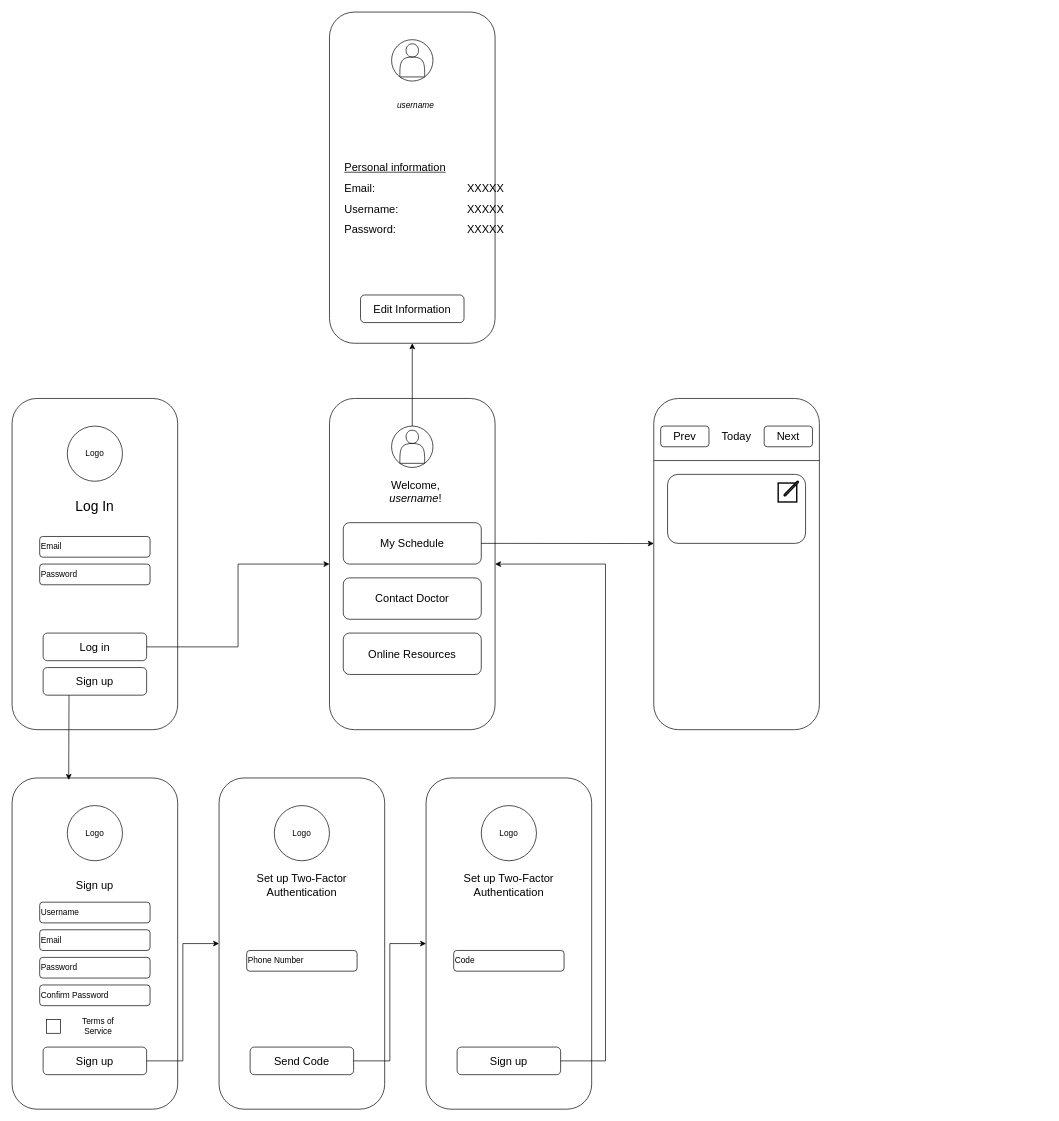
This is Mini_WF.drawio from critschris/UI-Class, a draw.io file, before an edit. Source tidied: cells renumbered, new cells numbered last; positions are measured from the earlier drawing's top-left corner, leaving out a move shared by most shapes. Both pictures are drawn from the tidied source at 69%, with x=0, y=0 at pixel (12, 12).
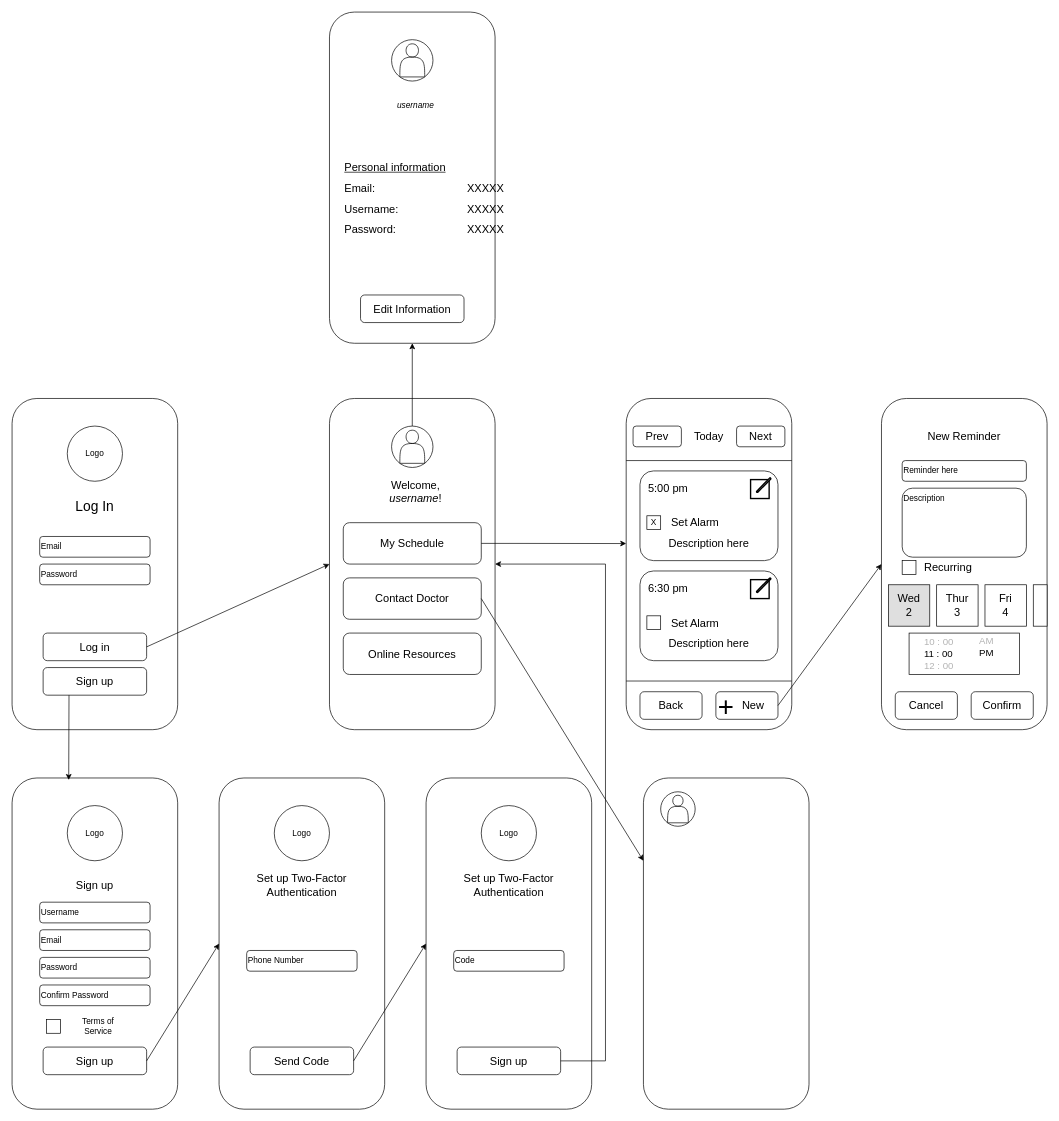
The same diagram, later.

The change refers to these unchanged cells:
```xml
<mxCell id="7" value="&lt;font style=&quot;font-size: 16px;&quot;&gt;Log in&lt;/font&gt;" style="rounded=1;whiteSpace=wrap;html=1;" parent="1" vertex="1">
  <mxGeometry x="45" y="900" width="150" height="40" as="geometry" />
</mxCell>
<mxCell id="14" value="&lt;font style=&quot;font-size: 16px;&quot;&gt;Sign up&lt;/font&gt;" style="rounded=1;whiteSpace=wrap;html=1;" parent="1" vertex="1">
  <mxGeometry x="45" y="1500" width="150" height="40" as="geometry" />
</mxCell>
<mxCell id="20" style="rounded=1;whiteSpace=wrap;html=1;" parent="1" vertex="1">
  <mxGeometry x="300" y="1110" width="240" height="480" as="geometry" />
</mxCell>
<mxCell id="23" value="&lt;span style=&quot;font-size: 16px;&quot;&gt;Send Code&lt;/span&gt;" style="rounded=1;whiteSpace=wrap;html=1;" parent="1" vertex="1">
  <mxGeometry x="345" y="1500" width="150" height="40" as="geometry" />
</mxCell>
<mxCell id="26" style="rounded=1;whiteSpace=wrap;html=1;" parent="1" vertex="1">
  <mxGeometry x="600" y="1110" width="240" height="480" as="geometry" />
</mxCell>
<mxCell id="32" style="rounded=1;whiteSpace=wrap;html=1;" parent="1" vertex="1">
  <mxGeometry x="460" y="560" width="240" height="480" as="geometry" />
</mxCell>
<mxCell id="40" value="&lt;span style=&quot;font-size: 16px;&quot;&gt;Contact Doctor&lt;/span&gt;" style="rounded=1;whiteSpace=wrap;html=1;" parent="1" vertex="1">
  <mxGeometry x="480" y="820" width="200" height="60" as="geometry" />
</mxCell>
```

What changed in the source:
```diff
@@
-    <mxCell id="25" style="endArrow=classic;html=1;rounded=0;exitX=1;exitY=0.5;exitDx=0;exitDy=0;entryX=0;entryY=0.5;entryDx=0;entryDy=0;edgeStyle=orthogonalEdgeStyle;" parent="1" edge="1" source="14" target="20">
+    <mxCell id="25" style="endArrow=classic;html=1;rounded=0;exitX=1;exitY=0.5;exitDx=0;exitDy=0;entryX=0;entryY=0.5;entryDx=0;entryDy=0;" parent="1" edge="1" source="14" target="20">
       <mxGeometry relative="1" as="geometry" />
     </mxCell>
@@
-    <mxCell id="31" style="endArrow=classic;html=1;rounded=0;exitX=1;exitY=0.5;exitDx=0;exitDy=0;entryX=0;entryY=0.5;entryDx=0;entryDy=0;edgeStyle=orthogonalEdgeStyle;" parent="1" edge="1" source="23" target="26">
+    <mxCell id="31" style="endArrow=classic;html=1;rounded=0;exitX=1;exitY=0.5;exitDx=0;exitDy=0;entryX=0;entryY=0.5;entryDx=0;entryDy=0;" parent="1" edge="1" source="23" target="26">
       <mxGeometry relative="1" as="geometry" />
     </mxCell>
@@
-    <mxCell id="33" style="endArrow=classic;html=1;rounded=0;exitX=1;exitY=0.5;exitDx=0;exitDy=0;entryX=0;entryY=0.5;entryDx=0;entryDy=0;edgeStyle=orthogonalEdgeStyle;" parent="1" edge="1" source="7" target="32">
+    <mxCell id="33" style="endArrow=classic;html=1;rounded=0;exitX=1;exitY=0.5;exitDx=0;exitDy=0;entryX=0;entryY=0.5;entryDx=0;entryDy=0;" parent="1" edge="1" source="7" target="32">
       <mxGeometry relative="1" as="geometry" />
     </mxCell>
@@
     <mxCell id="53" style="rounded=1;whiteSpace=wrap;html=1;" parent="1" vertex="1">
-      <mxGeometry x="930" y="560" width="240" height="480" as="geometry" />
+      <mxGeometry x="890" y="560" width="240" height="480" as="geometry" />
     </mxCell>
@@
     <mxCell id="55" value="&lt;font style=&quot;font-size: 16px;&quot;&gt;Today&lt;/font&gt;" style="text;html=1;whiteSpace=wrap;strokeColor=none;fillColor=none;align=center;verticalAlign=middle;rounded=0;" parent="1" vertex="1">
-      <mxGeometry x="1020" y="600" width="60" height="30" as="geometry" />
+      <mxGeometry x="980" y="600" width="60" height="30" as="geometry" />
     </mxCell>
     <mxCell id="56" value="&lt;span style=&quot;font-size: 16px;&quot;&gt;Next&lt;/span&gt;" style="rounded=1;whiteSpace=wrap;html=1;" parent="1" vertex="1">
-      <mxGeometry x="1090" y="600" width="70" height="30" as="geometry" />
+      <mxGeometry x="1050" y="600" width="70" height="30" as="geometry" />
     </mxCell>
     <mxCell id="57" value="&lt;span style=&quot;font-size: 16px;&quot;&gt;Prev&lt;/span&gt;" style="rounded=1;whiteSpace=wrap;html=1;" parent="1" vertex="1">
-      <mxGeometry x="940" y="600" width="70" height="30" as="geometry" />
+      <mxGeometry x="900" y="600" width="70" height="30" as="geometry" />
     </mxCell>
     <mxCell id="58" style="endArrow=none;html=1;rounded=0;" parent="1" edge="1">
       <mxGeometry relative="1" as="geometry">
-        <mxPoint x="930" y="650" as="sourcePoint" />
-        <mxPoint x="1170" y="650" as="targetPoint" />
+        <mxPoint x="890" y="650" as="sourcePoint" />
+        <mxPoint x="1130" y="650" as="targetPoint" />
       </mxGeometry>
     </mxCell>
     <mxCell id="59" style="group;" parent="1" vertex="1">
-      <mxGeometry x="950" y="670" width="200" height="100" as="geometry" />
+      <mxGeometry x="910" y="665" width="200" height="130" as="geometry" />
     </mxCell>
     <mxCell id="60" style="rounded=1;whiteSpace=wrap;html=1;" parent="59" vertex="1">
-      <mxGeometry width="200" height="100" as="geometry" />
+      <mxGeometry width="200" height="130" as="geometry" />
     </mxCell>
@@
+    <mxCell id="62" value="&lt;font style=&quot;font-size: 16px;&quot;&gt;5:00 pm&lt;/font&gt;" style="text;html=1;whiteSpace=wrap;strokeColor=none;fillColor=none;align=left;verticalAlign=middle;rounded=0;" parent="59" vertex="1">
+      <mxGeometry x="10" y="10" width="60" height="30" as="geometry" />
+    </mxCell>
+    <mxCell id="63" style="rounded=0;whiteSpace=wrap;html=1;" parent="59" vertex="1">
+      <mxGeometry x="10" y="65" width="20" height="20" as="geometry" />
+    </mxCell>
+    <mxCell id="64" value="&lt;font style=&quot;font-size: 16px;&quot;&gt;Set Alarm&lt;/font&gt;" style="text;html=1;whiteSpace=wrap;strokeColor=none;fillColor=none;align=center;verticalAlign=middle;rounded=0;" parent="59" vertex="1">
+      <mxGeometry x="40" y="60" width="80" height="30" as="geometry" />
+    </mxCell>
+    <mxCell id="65" value="X" style="text;html=1;whiteSpace=wrap;strokeColor=none;fillColor=none;align=center;verticalAlign=middle;rounded=0;" parent="59" vertex="1">
+      <mxGeometry x="-10" y="60" width="60" height="30" as="geometry" />
+    </mxCell>
+    <mxCell id="66" value="&lt;font style=&quot;font-size: 16px;&quot;&gt;Description here&lt;/font&gt;" style="text;html=1;whiteSpace=wrap;strokeColor=none;fillColor=none;align=center;verticalAlign=middle;rounded=0;" parent="59" vertex="1">
+      <mxGeometry x="40.3" y="90" width="120" height="30" as="geometry" />
+    </mxCell>
+    <mxCell id="67" style="endArrow=none;html=1;rounded=0;" parent="1" edge="1">
+      <mxGeometry relative="1" as="geometry">
+        <mxPoint x="890" y="969.5" as="sourcePoint" />
+        <mxPoint x="1130" y="969.5" as="targetPoint" />
+      </mxGeometry>
+    </mxCell>
+    <mxCell id="68" value="&lt;span style=&quot;font-size: 16px;&quot;&gt;New&amp;nbsp; &amp;nbsp;&amp;nbsp;&lt;/span&gt;" style="rounded=1;whiteSpace=wrap;html=1;align=right;" parent="1" vertex="1">
+      <mxGeometry x="1020" y="985" width="90" height="40" as="geometry" />
+    </mxCell>
+    <mxCell id="69" value="&lt;span&gt;+&lt;/span&gt;" style="text;html=1;whiteSpace=wrap;strokeColor=none;fillColor=none;align=center;verticalAlign=middle;rounded=0;fontSize=40;" parent="1" vertex="1">
+      <mxGeometry x="1020" y="990" width="30" height="30" as="geometry" />
+    </mxCell>
+    <mxCell id="70" style="group;" parent="1" vertex="1">
+      <mxGeometry x="910" y="810" width="200" height="130" as="geometry" />
+    </mxCell>
+    <mxCell id="71" style="rounded=1;whiteSpace=wrap;html=1;" parent="70" vertex="1">
+      <mxGeometry width="200" height="130" as="geometry" />
+    </mxCell>
+    <mxCell id="72" style="html=1;verticalLabelPosition=bottom;align=center;labelBackgroundColor=#ffffff;verticalAlign=top;strokeWidth=2;strokeColor=#000000;shadow=0;dashed=0;shape=mxgraph.ios7.icons.edit;" parent="70" vertex="1">
+      <mxGeometry x="160.3" y="10" width="29.4" height="30" as="geometry" />
+    </mxCell>
+    <mxCell id="73" value="&lt;font style=&quot;font-size: 16px;&quot;&gt;6:30 pm&lt;/font&gt;" style="text;html=1;whiteSpace=wrap;strokeColor=none;fillColor=none;align=left;verticalAlign=middle;rounded=0;" parent="70" vertex="1">
+      <mxGeometry x="10" y="10" width="60" height="30" as="geometry" />
+    </mxCell>
+    <mxCell id="74" style="rounded=0;whiteSpace=wrap;html=1;" parent="70" vertex="1">
+      <mxGeometry x="10" y="65" width="20" height="20" as="geometry" />
+    </mxCell>
+    <mxCell id="75" value="&lt;font style=&quot;font-size: 16px;&quot;&gt;Set Alarm&lt;/font&gt;" style="text;html=1;whiteSpace=wrap;strokeColor=none;fillColor=none;align=center;verticalAlign=middle;rounded=0;" parent="70" vertex="1">
+      <mxGeometry x="40" y="60" width="80" height="30" as="geometry" />
+    </mxCell>
+    <mxCell id="76" value="&lt;font style=&quot;font-size: 16px;&quot;&gt;Description here&lt;/font&gt;" style="text;html=1;whiteSpace=wrap;strokeColor=none;fillColor=none;align=center;verticalAlign=middle;rounded=0;" parent="70" vertex="1">
+      <mxGeometry x="40.3" y="90" width="120" height="30" as="geometry" />
+    </mxCell>
+    <mxCell id="77" style="rounded=1;whiteSpace=wrap;html=1;" parent="1" vertex="1">
+      <mxGeometry x="1260" y="560" width="240" height="480" as="geometry" />
+    </mxCell>
+    <mxCell id="78" style="endArrow=classic;html=1;rounded=0;exitX=1;exitY=0.5;exitDx=0;exitDy=0;entryX=0;entryY=0.5;entryDx=0;entryDy=0;" parent="1" edge="1" source="68" target="77">
+      <mxGeometry relative="1" as="geometry" />
+    </mxCell>
+    <mxCell id="79" value="&lt;font style=&quot;font-size: 16px;&quot;&gt;New Reminder&lt;/font&gt;" style="text;html=1;whiteSpace=wrap;strokeColor=none;fillColor=none;align=center;verticalAlign=middle;rounded=0;" parent="1" vertex="1">
+      <mxGeometry x="1305" y="600" width="150" height="30" as="geometry" />
+    </mxCell>
+    <mxCell id="80" value="Reminder here" style="rounded=1;whiteSpace=wrap;html=1;align=left;" parent="1" vertex="1">
+      <mxGeometry x="1290" y="650" width="180" height="30" as="geometry" />
+    </mxCell>
+    <mxCell id="81" style="rounded=1;whiteSpace=wrap;html=1;align=left;" parent="1" vertex="1">
+      <mxGeometry x="1290" y="690" width="180" height="100" as="geometry" />
+    </mxCell>
+    <mxCell id="82" value="&lt;font&gt;&lt;font style=&quot;&quot;&gt;D&lt;/font&gt;escription&lt;/font&gt;" style="text;html=1;whiteSpace=wrap;strokeColor=none;fillColor=none;align=left;verticalAlign=middle;rounded=0;" parent="1" vertex="1">
+      <mxGeometry x="1290" y="690" width="150" height="30" as="geometry" />
+    </mxCell>
+    <mxCell id="83" style="rounded=0;whiteSpace=wrap;html=1;" parent="1" vertex="1">
+      <mxGeometry x="1290" y="795" width="20" height="20" as="geometry" />
+    </mxCell>
+    <mxCell id="84" value="&lt;font style=&quot;font-size: 16px;&quot;&gt;Recurring&lt;/font&gt;" style="text;html=1;whiteSpace=wrap;strokeColor=none;fillColor=none;align=left;verticalAlign=middle;rounded=0;" parent="1" vertex="1">
+      <mxGeometry x="1320" y="790" width="150" height="30" as="geometry" />
+    </mxCell>
+    <mxCell id="85" value="&lt;font style=&quot;font-size: 16px;&quot;&gt;Wed&lt;/font&gt;&lt;div&gt;&lt;font style=&quot;font-size: 16px;&quot;&gt;2&lt;/font&gt;&lt;/div&gt;" style="whiteSpace=wrap;html=1;fillColor=#DFDFDF;" parent="1" vertex="1">
+      <mxGeometry x="1270" y="830" width="60" height="60" as="geometry" />
+    </mxCell>
+    <mxCell id="86" value="&lt;span style=&quot;font-size: 16px;&quot;&gt;Thur&lt;/span&gt;&lt;br&gt;&lt;div&gt;&lt;span style=&quot;font-size: 16px;&quot;&gt;3&lt;/span&gt;&lt;/div&gt;" style="whiteSpace=wrap;html=1;" parent="1" vertex="1">
+      <mxGeometry x="1340" y="830" width="60" height="60" as="geometry" />
+    </mxCell>
+    <mxCell id="87" style="rounded=0;whiteSpace=wrap;html=1;" parent="1" vertex="1">
+      <mxGeometry x="1480" y="830" width="20" height="60" as="geometry" />
+    </mxCell>
+    <mxCell id="88" value="&lt;font style=&quot;font-size: 16px;&quot;&gt;Back&lt;/font&gt;" style="rounded=1;whiteSpace=wrap;html=1;align=center;" parent="1" vertex="1">
+      <mxGeometry x="910" y="985" width="90" height="40" as="geometry" />
+    </mxCell>
+    <mxCell id="89" style="rounded=0;whiteSpace=wrap;html=1;" parent="1" vertex="1">
+      <mxGeometry x="1300" y="900" width="160" height="60" as="geometry" />
+    </mxCell>
+    <mxCell id="90" value="&lt;span style=&quot;font-size: 16px;&quot;&gt;Fri&lt;/span&gt;&lt;br&gt;&lt;div&gt;&lt;span style=&quot;font-size: 16px;&quot;&gt;4&lt;/span&gt;&lt;/div&gt;" style="whiteSpace=wrap;html=1;" parent="1" vertex="1">
+      <mxGeometry x="1410" y="830" width="60" height="60" as="geometry" />
+    </mxCell>
+    <mxCell id="91" value="&lt;font style=&quot;font-size: 14px; color: rgb(180, 180, 180);&quot;&gt;10 : 00&lt;/font&gt;&lt;div&gt;&lt;font style=&quot;font-size: 14px;&quot;&gt;11 : 00&lt;/font&gt;&lt;/div&gt;&lt;div&gt;&lt;font style=&quot;font-size: 14px; color: rgb(180, 180, 180);&quot;&gt;12 : 00&lt;/font&gt;&lt;/div&gt;" style="text;html=1;whiteSpace=wrap;strokeColor=none;fillColor=none;align=left;verticalAlign=middle;rounded=0;" parent="1" vertex="1">
+      <mxGeometry x="1320" y="900" width="50" height="60" as="geometry" />
+    </mxCell>
+    <mxCell id="92" value="&lt;font color=&quot;#b4b4b4&quot;&gt;&lt;span style=&quot;font-size: 14px;&quot;&gt;AM&lt;/span&gt;&lt;/font&gt;&lt;div&gt;&lt;span style=&quot;font-size: 14px;&quot;&gt;&lt;font style=&quot;color: rgb(0, 0, 0);&quot;&gt;PM&lt;/font&gt;&lt;/span&gt;&lt;/div&gt;" style="text;html=1;whiteSpace=wrap;strokeColor=none;fillColor=none;align=left;verticalAlign=middle;rounded=0;" parent="1" vertex="1">
+      <mxGeometry x="1400" y="890" width="50" height="60" as="geometry" />
+    </mxCell>
+    <mxCell id="93" value="&lt;font style=&quot;font-size: 16px;&quot;&gt;Cancel&lt;/font&gt;" style="rounded=1;whiteSpace=wrap;html=1;align=center;" parent="1" vertex="1">
+      <mxGeometry x="1280" y="985" width="90" height="40" as="geometry" />
+    </mxCell>
+    <mxCell id="94" value="&lt;font style=&quot;font-size: 16px;&quot;&gt;Confirm&lt;/font&gt;" style="rounded=1;whiteSpace=wrap;html=1;align=center;" parent="1" vertex="1">
+      <mxGeometry x="1390" y="985" width="90" height="40" as="geometry" />
+    </mxCell>
+    <mxCell id="95" style="rounded=1;whiteSpace=wrap;html=1;" parent="1" vertex="1">
+      <mxGeometry x="915" y="1110" width="240" height="480" as="geometry" />
+    </mxCell>
+    <mxCell id="96" style="endArrow=classic;html=1;rounded=0;exitX=1;exitY=0.5;exitDx=0;exitDy=0;entryX=0;entryY=0.25;entryDx=0;entryDy=0;" parent="1" edge="1" source="40" target="95">
+      <mxGeometry relative="1" as="geometry" />
+    </mxCell>
+    <mxCell id="97" style="group;" parent="1" vertex="1">
+      <mxGeometry x="940" y="1130" width="50" height="50" as="geometry" />
+    </mxCell>
+    <mxCell id="98" style="ellipse;whiteSpace=wrap;html=1;" parent="97" vertex="1">
+      <mxGeometry width="50" height="50" as="geometry" />
+    </mxCell>
+    <mxCell id="99" style="shape=actor;whiteSpace=wrap;html=1;" parent="97" vertex="1">
+      <mxGeometry x="10" y="5" width="30" height="40" as="geometry" />
+    </mxCell>
```
